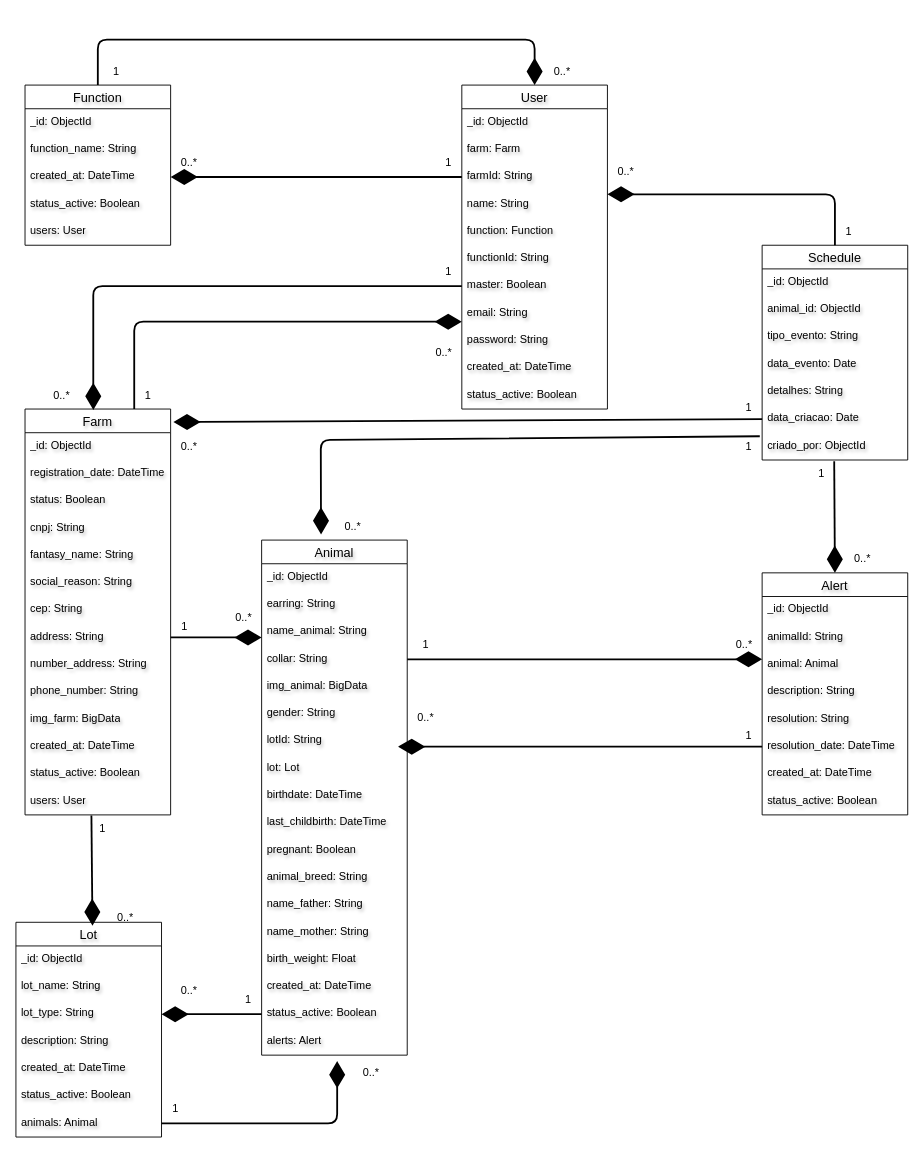
This is docs/NoAM.drawio from FatecFranca/DSM-G05-PI3-2024-2, a draw.io file, before an edit. Source tidied: cells renumbered, new cells numbered last; positions are measured from the earlier drawing's top-left corner, leaving out a move shared by most shapes. Both pictures are drawn from the tidied source at 91%, with x=0, y=0 at pixel (15, 39).
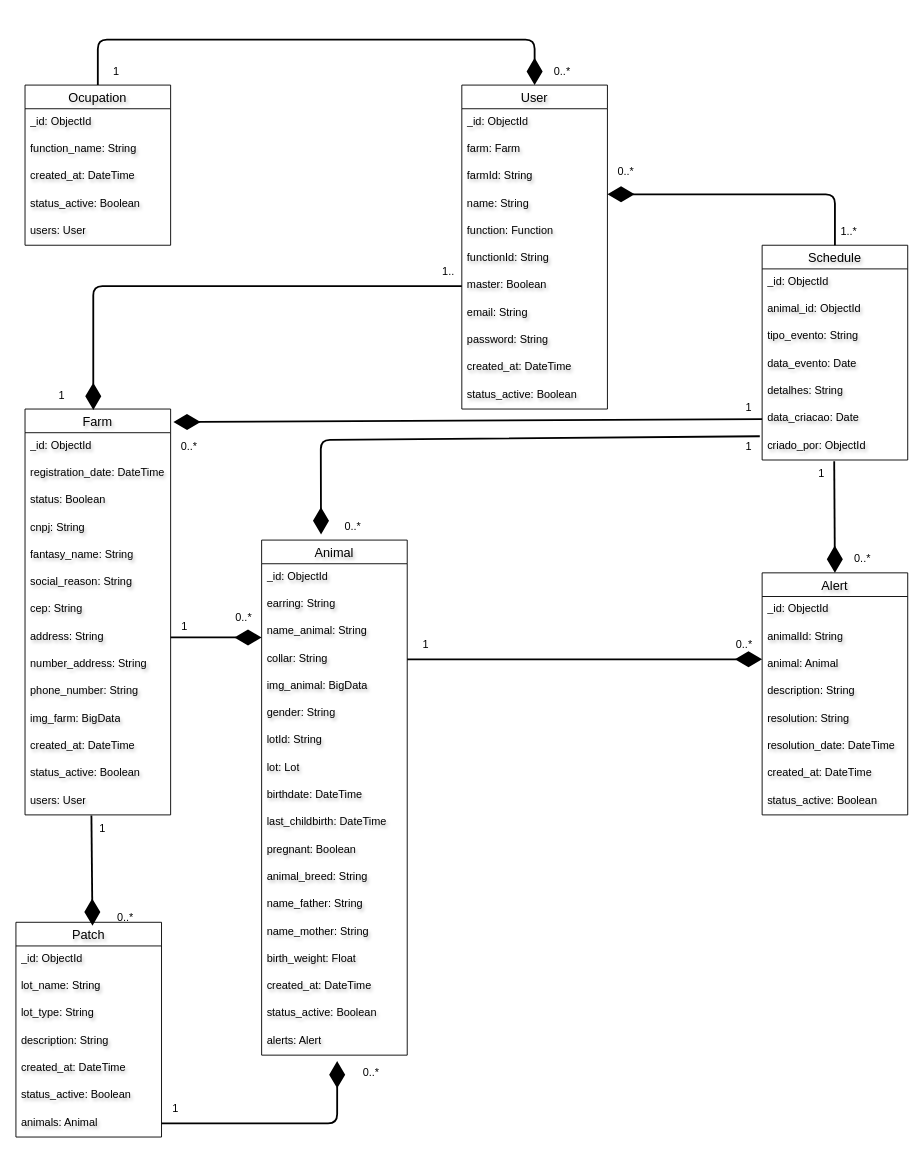
The same diagram, later.

The change refers to these unchanged cells:
```xml
<mxCell id="5" value="farmId: String" style="text;strokeColor=none;fillColor=none;spacingLeft=4;spacingRight=4;overflow=hidden;points=[[0,0.5],[1,0.5]];portConstraint=eastwest;fontSize=12;whiteSpace=wrap;html=1;textShadow=1;" parent="2" vertex="1">
  <mxGeometry y="86" width="160" height="30" as="geometry" />
</mxCell>
<mxCell id="14" value="Farm" style="swimlane;fontStyle=0;horizontal=1;startSize=26;align=center;fontSize=14;textShadow=1;" parent="1" vertex="1">
  <mxGeometry x="10" y="406" width="160" height="446" as="geometry" />
</mxCell>
<mxCell id="46" value="status_active: Boolean" style="text;strokeColor=none;fillColor=none;spacingLeft=4;spacingRight=4;overflow=hidden;points=[[0,0.5],[1,0.5]];portConstraint=eastwest;fontSize=12;whiteSpace=wrap;html=1;textShadow=1;" parent="29" vertex="1">
  <mxGeometry y="506" width="160" height="30" as="geometry" />
</mxCell>
<mxCell id="54" value="resolution_date: DateTime" style="text;strokeColor=none;fillColor=none;spacingLeft=4;spacingRight=4;overflow=hidden;points=[[0,0.5],[1,0.5]];portConstraint=eastwest;fontSize=12;whiteSpace=wrap;html=1;textShadow=1;" parent="48" vertex="1">
  <mxGeometry y="176" width="160" height="30" as="geometry" />
</mxCell>
<mxCell id="68" value="created_at: DateTime" style="text;strokeColor=none;fillColor=none;spacingLeft=4;spacingRight=4;overflow=hidden;points=[[0,0.5],[1,0.5]];portConstraint=eastwest;fontSize=12;whiteSpace=wrap;html=1;textShadow=1;" parent="65" vertex="1">
  <mxGeometry y="86" width="160" height="30" as="geometry" />
</mxCell>
<mxCell id="74" value="lot_type: String" style="text;strokeColor=none;fillColor=none;spacingLeft=4;spacingRight=4;overflow=hidden;points=[[0,0.5],[1,0.5]];portConstraint=eastwest;fontSize=12;whiteSpace=wrap;html=1;textShadow=1;" parent="71" vertex="1">
  <mxGeometry y="86" width="160" height="30" as="geometry" />
</mxCell>
```

What changed in the source:
```diff
@@
-    <mxCell id="65" value="Function" style="swimlane;fontStyle=0;horizontal=1;startSize=26;align=center;fontSize=14;textShadow=1;" parent="1" vertex="1">
+    <mxCell id="65" value="Ocupation" style="swimlane;fontStyle=0;horizontal=1;startSize=26;align=center;fontSize=14;textShadow=1;" parent="1" vertex="1">
       <mxGeometry x="10" y="50" width="160" height="176" as="geometry" />
     </mxCell>
@@
-    <mxCell id="71" value="Lot" style="swimlane;fontStyle=0;horizontal=1;startSize=26;align=center;fontSize=14;textShadow=1;" parent="1" vertex="1">
+    <mxCell id="71" value="Patch" style="swimlane;fontStyle=0;horizontal=1;startSize=26;align=center;fontSize=14;textShadow=1;" parent="1" vertex="1">
       <mxGeometry y="970" width="160" height="236" as="geometry" />
     </mxCell>
@@
-    <mxCell id="84" value="0..*" style="text;html=1;align=center;verticalAlign=middle;strokeColor=none;fillColor=none;" parent="1" vertex="1">
-      <mxGeometry x="170" y="120" width="40" height="30" as="geometry" />
-    </mxCell>
-    <mxCell id="85" value="0..*" style="text;html=1;align=center;verticalAlign=middle;strokeColor=none;fillColor=none;" parent="1" vertex="1">
-      <mxGeometry x="30" y="376" width="40" height="30" as="geometry" />
+    <mxCell id="85" value="1" style="text;html=1;align=center;verticalAlign=middle;strokeColor=none;fillColor=none;" parent="1" vertex="1">
+      <mxGeometry x="35" y="376" width="30" height="30" as="geometry" />
     </mxCell>
@@
-    <mxCell id="87" value="0..*" style="text;html=1;align=center;verticalAlign=middle;strokeColor=none;fillColor=none;" parent="1" vertex="1">
-      <mxGeometry x="170" y="1030" width="40" height="30" as="geometry" />
-    </mxCell>
@@
-    <mxCell id="92" style="endArrow=diamondThin;endFill=1;endSize=24;html=1;strokeWidth=2;entryX=1;entryY=0.5;entryDx=0;entryDy=0;exitX=0;exitY=0.5;exitDx=0;exitDy=0;" parent="1" edge="1" source="5" target="68">
-      <mxGeometry relative="1" as="geometry" />
-    </mxCell>
-    <mxCell id="93" value="0..*" style="text;html=1;align=center;verticalAlign=middle;strokeColor=none;fillColor=none;" parent="1" vertex="1">
-      <mxGeometry x="450" y="329" width="40" height="30" as="geometry" />
-    </mxCell>
-    <mxCell id="94" style="endArrow=diamondThin;endFill=1;endSize=24;html=1;strokeWidth=2;exitX=0.75;exitY=0;exitDx=0;exitDy=0;" parent="1" edge="1" source="14">
-      <mxGeometry relative="1" as="geometry">
-        <mxPoint x="490" y="310" as="targetPoint" />
-        <Array as="points">
-          <mxPoint x="130" y="310" />
-        </Array>
-      </mxGeometry>
-    </mxCell>
@@
-    <mxCell id="100" style="endArrow=diamondThin;endFill=1;endSize=24;html=1;strokeWidth=2;exitX=0;exitY=0.5;exitDx=0;exitDy=0;entryX=1;entryY=0.5;entryDx=0;entryDy=0;" parent="1" edge="1" source="46" target="74">
-      <mxGeometry relative="1" as="geometry" />
-    </mxCell>
@@
-    <mxCell id="102" style="endArrow=diamondThin;endFill=1;endSize=24;html=1;strokeWidth=2;exitX=0;exitY=0.5;exitDx=0;exitDy=0;" parent="1" edge="1" source="54">
-      <mxGeometry relative="1" as="geometry">
-        <mxPoint x="420" y="777" as="targetPoint" />
-        <Array as="points">
-          <mxPoint x="610" y="777" />
-        </Array>
-      </mxGeometry>
-    </mxCell>
-    <mxCell id="103" value="0..*" style="text;html=1;align=center;verticalAlign=middle;strokeColor=none;fillColor=none;" parent="1" vertex="1">
-      <mxGeometry x="430" y="730" width="40" height="30" as="geometry" />
-    </mxCell>
@@
-    <mxCell id="108" value="1" style="text;html=1;align=center;verticalAlign=middle;strokeColor=none;fillColor=none;" parent="1" vertex="1">
-      <mxGeometry x="460" y="120" width="30" height="30" as="geometry" />
-    </mxCell>
-    <mxCell id="109" value="1" style="text;html=1;align=center;verticalAlign=middle;strokeColor=none;fillColor=none;" parent="1" vertex="1">
-      <mxGeometry x="460" y="240" width="30" height="30" as="geometry" />
+    <mxCell id="109" value="1.." style="text;html=1;align=center;verticalAlign=middle;strokeColor=none;fillColor=none;" parent="1" vertex="1">
+      <mxGeometry x="455" y="240" width="40" height="30" as="geometry" />
     </mxCell>
-    <mxCell id="110" value="1" style="text;html=1;align=center;verticalAlign=middle;strokeColor=none;fillColor=none;" parent="1" vertex="1">
-      <mxGeometry x="130" y="376" width="30" height="30" as="geometry" />
-    </mxCell>
@@
-    <mxCell id="113" value="1" style="text;html=1;align=center;verticalAlign=middle;strokeColor=none;fillColor=none;" parent="1" vertex="1">
-      <mxGeometry x="240" y="1040" width="30" height="30" as="geometry" />
-    </mxCell>
@@
-    <mxCell id="116" value="1" style="text;html=1;align=center;verticalAlign=middle;strokeColor=none;fillColor=none;" parent="1" vertex="1">
-      <mxGeometry x="790" y="750" width="30" height="30" as="geometry" />
-    </mxCell>
@@
-    <mxCell id="120" value="1" style="text;html=1;align=center;verticalAlign=middle;strokeColor=none;fillColor=none;" parent="1" vertex="1">
-      <mxGeometry x="900" y="196" width="30" height="30" as="geometry" />
+    <mxCell id="120" value="1..*" style="text;html=1;align=center;verticalAlign=middle;strokeColor=none;fillColor=none;" parent="1" vertex="1">
+      <mxGeometry x="895" y="196" width="40" height="30" as="geometry" />
     </mxCell>
```
